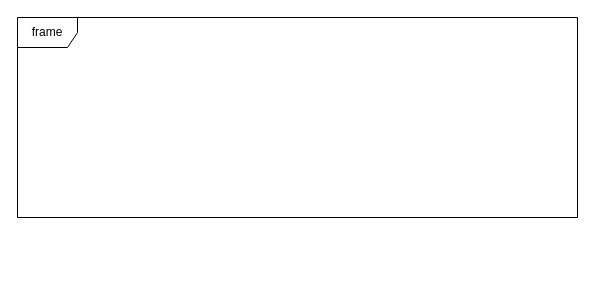
Before: Untitled Diagram.drawio in gg2herry/drawio, a draw.io diagram. Source tidied: cells renumbered, new cells numbered last; positions are measured from the earlier drawing's top-left corner, leaving out a move shared by most shapes. Both pictures are drawn from the tidied source at 100%, with x=0, y=0 at pixel (17, 17).
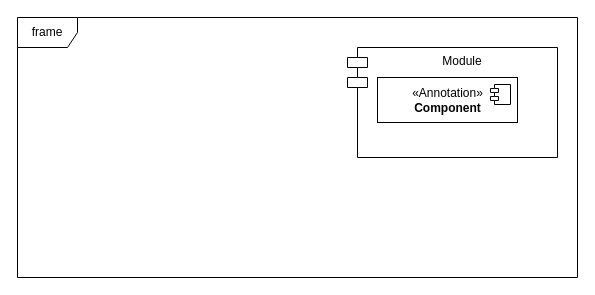
After the change.

Diff of the diagram source:
```diff
@@
 <mxGraphModel>
   <root>
     <mxCell id="0" />
     <mxCell id="1" parent="0" />
+    <mxCell id="3" value="Module" style="shape=module;align=left;spacingLeft=20;align=center;verticalAlign=top;" parent="1" vertex="1">
+      <mxGeometry x="330" y="30" width="210" height="110" as="geometry" />
+    </mxCell>
     <mxCell id="2" value="frame" style="shape=umlFrame;whiteSpace=wrap;html=1;" parent="1" vertex="1">
-      <mxGeometry width="560" height="200" as="geometry" />
+      <mxGeometry width="560" height="260" as="geometry" />
     </mxCell>
+    <mxCell id="4" value="&amp;laquo;Annotation&amp;raquo;&lt;br/&gt;&lt;b&gt;Component&lt;/b&gt;" style="html=1;" parent="1" vertex="1">
+      <mxGeometry x="360" y="60" width="140" height="45" as="geometry" />
+    </mxCell>
+    <mxCell id="5" style="shape=module;jettyWidth=8;jettyHeight=4;" parent="4" vertex="1">
+      <mxGeometry x="1" width="20" height="20" relative="1" as="geometry">
+        <mxPoint x="-27" y="7" as="offset" />
+      </mxGeometry>
+    </mxCell>
   </root>
 </mxGraphModel>
```
